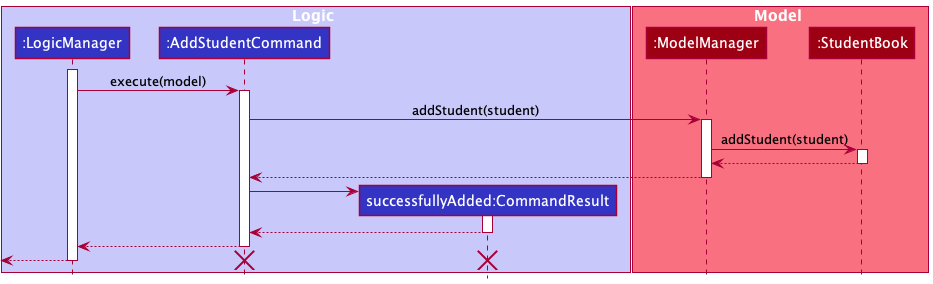
Earlier version of the PlantUML export docs/images/AddStudentSequenceDiagram.png (nus-cs2103-AY2122S1/tp).
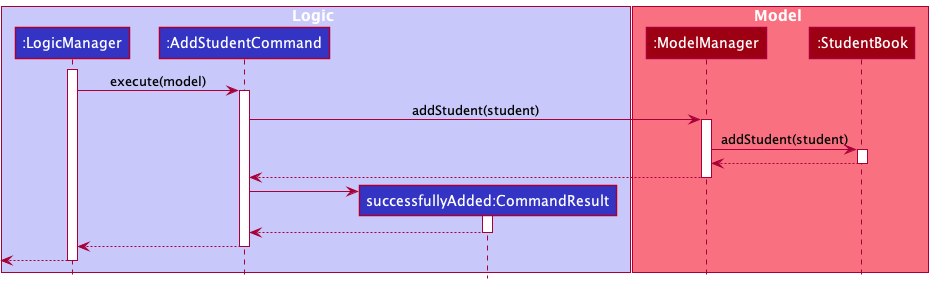
After the commit.

The edit, as a diff of the source:
```diff
@@ -42,8 +42,4 @@
 <-- LogicManager
 deactivate LogicManager
 
-destroy CommandResult
-
-destroy AddStudentCommand
-
 @enduml
```
